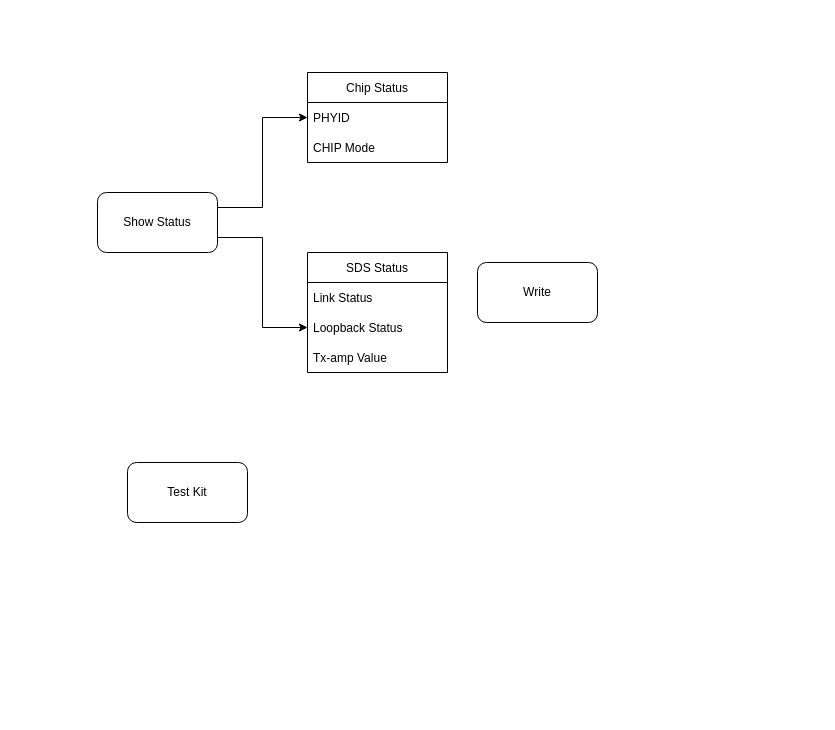
This is CHIP_TEST_GUI.drawio from WeiCheng0908/Stock_strategy_simulation, a draw.io file, before an edit. Source tidied: cells renumbered, new cells numbered last; positions are measured from the earlier drawing's top-left corner, leaving out a move shared by most shapes. Both pictures are drawn from the tidied source at 100%, with x=0, y=0 at pixel (97, 72).
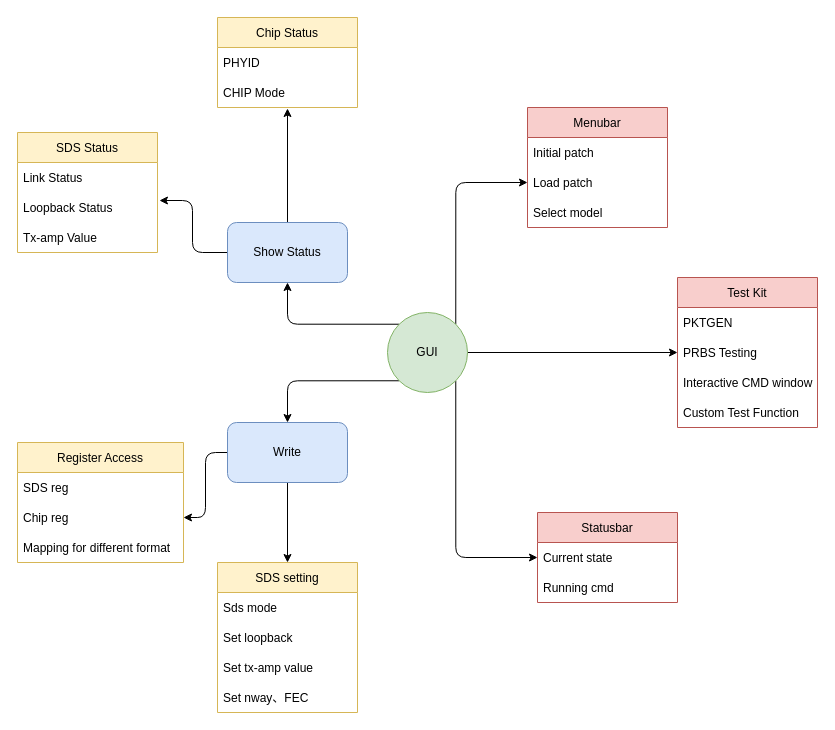
Above is the later version.

Unchanged cells that the change refers to:
```xml
<mxCell id="8" value="PHYID" style="text;strokeColor=none;fillColor=none;align=left;verticalAlign=middle;spacingLeft=4;spacingRight=4;overflow=hidden;points=[[0,0.5],[1,0.5]];portConstraint=eastwest;" parent="7" vertex="1">
  <mxGeometry y="30" width="140" height="30" as="geometry" />
</mxCell>
<mxCell id="9" value="CHIP Mode" style="text;strokeColor=none;fillColor=none;align=left;verticalAlign=middle;spacingLeft=4;spacingRight=4;overflow=hidden;points=[[0,0.5],[1,0.5]];portConstraint=eastwest;" parent="7" vertex="1">
  <mxGeometry y="60" width="140" height="30" as="geometry" />
</mxCell>
<mxCell id="12" value="Loopback Status" style="text;strokeColor=none;fillColor=none;align=left;verticalAlign=middle;spacingLeft=4;spacingRight=4;overflow=hidden;points=[[0,0.5],[1,0.5]];portConstraint=eastwest;" parent="10" vertex="1">
  <mxGeometry y="60" width="140" height="30" as="geometry" />
</mxCell>
```

Change to the diagram source:
```diff
@@
+    <mxCell id="14" style="edgeStyle=orthogonalEdgeStyle;rounded=1;jettySize=auto;html=1;exitX=0.5;exitY=0;exitDx=0;exitDy=0;entryX=0.5;entryY=1.033;entryDx=0;entryDy=0;entryPerimeter=0;" parent="1" edge="1" source="4" target="9">
+      <mxGeometry relative="1" as="geometry" />
+    </mxCell>
-    <mxCell id="2" style="edgeStyle=orthogonalEdgeStyle;rounded=0;jettySize=auto;html=1;exitX=1;exitY=0.75;exitDx=0;exitDy=0;entryX=0;entryY=0.5;entryDx=0;entryDy=0;" parent="1" edge="1" source="4" target="12">
+    <mxCell id="2" style="edgeStyle=orthogonalEdgeStyle;rounded=1;jettySize=auto;html=1;exitX=0;exitY=0.5;exitDx=0;exitDy=0;entryX=1.014;entryY=0.267;entryDx=0;entryDy=0;entryPerimeter=0;" parent="1" edge="1" source="4" target="12">
       <mxGeometry relative="1" as="geometry" />
     </mxCell>
-    <mxCell id="3" style="edgeStyle=orthogonalEdgeStyle;rounded=0;jettySize=auto;html=1;entryX=0;entryY=0.5;entryDx=0;entryDy=0;exitX=1;exitY=0.25;exitDx=0;exitDy=0;" parent="1" edge="1" source="4" target="8">
-      <mxGeometry relative="1" as="geometry" />
-    </mxCell>
-    <mxCell id="4" value="Show Status" style="rounded=1;whiteSpace=wrap;html=1;" parent="1" vertex="1">
-      <mxGeometry y="120" width="120" height="60" as="geometry" />
+    <mxCell id="4" value="Show Status" style="rounded=1;whiteSpace=wrap;html=1;fillColor=#dae8fc;strokeColor=#6c8ebf;" parent="1" vertex="1">
+      <mxGeometry x="130" y="150" width="120" height="60" as="geometry" />
     </mxCell>
+    <mxCell id="15" style="edgeStyle=orthogonalEdgeStyle;rounded=1;jettySize=auto;html=1;exitX=0;exitY=0.5;exitDx=0;exitDy=0;entryX=1;entryY=0.5;entryDx=0;entryDy=0;" parent="1" edge="1" source="5" target="36">
+      <mxGeometry relative="1" as="geometry" />
+    </mxCell>
+    <mxCell id="16" style="edgeStyle=orthogonalEdgeStyle;rounded=1;jettySize=auto;html=1;" parent="1" edge="1" source="5" target="38">
+      <mxGeometry relative="1" as="geometry" />
+    </mxCell>
-    <mxCell id="5" value="Write" style="rounded=1;whiteSpace=wrap;html=1;" parent="1" vertex="1">
-      <mxGeometry x="380" y="190" width="120" height="60" as="geometry" />
+    <mxCell id="5" value="Write" style="rounded=1;whiteSpace=wrap;html=1;fillColor=#dae8fc;strokeColor=#6c8ebf;" parent="1" vertex="1">
+      <mxGeometry x="130" y="350" width="120" height="60" as="geometry" />
     </mxCell>
-    <mxCell id="6" value="Test Kit" style="rounded=1;whiteSpace=wrap;html=1;" parent="1" vertex="1">
-      <mxGeometry x="30" y="390" width="120" height="60" as="geometry" />
-    </mxCell>
-    <mxCell id="7" value="Chip Status" style="swimlane;fontStyle=0;horizontal=1;startSize=30;" parent="1" vertex="1">
-      <mxGeometry x="210" width="140" height="90" as="geometry" />
+    <mxCell id="7" value="Chip Status" style="swimlane;fontStyle=0;horizontal=1;startSize=30;fillColor=#fff2cc;strokeColor=#d6b656;" parent="1" vertex="1">
+      <mxGeometry x="120" y="-55" width="140" height="90" as="geometry" />
     </mxCell>
@@
-    <mxCell id="10" value="SDS Status" style="swimlane;fontStyle=0;horizontal=1;startSize=30;" parent="1" vertex="1">
-      <mxGeometry x="210" y="180" width="140" height="120" as="geometry" />
+    <mxCell id="10" value="SDS Status" style="swimlane;fontStyle=0;horizontal=1;startSize=30;fillColor=#fff2cc;strokeColor=#d6b656;" parent="1" vertex="1">
+      <mxGeometry x="-80" y="60" width="140" height="120" as="geometry" />
     </mxCell>
@@
+    <mxCell id="6" value="Test Kit" style="swimlane;fontStyle=0;horizontal=1;startSize=30;fillColor=#f8cecc;strokeColor=#b85450;" parent="1" vertex="1">
+      <mxGeometry x="580" y="205" width="140" height="150" as="geometry" />
+    </mxCell>
+    <mxCell id="17" value="PKTGEN" style="text;strokeColor=none;fillColor=none;align=left;verticalAlign=middle;spacingLeft=4;spacingRight=4;overflow=hidden;" parent="6" vertex="1">
+      <mxGeometry y="30" width="140" height="30" as="geometry" />
+    </mxCell>
+    <mxCell id="18" value="PRBS Testing" style="text;strokeColor=none;fillColor=none;align=left;verticalAlign=middle;spacingLeft=4;spacingRight=4;overflow=hidden;points=[[0,0.5],[1,0.5]];portConstraint=eastwest;" parent="6" vertex="1">
+      <mxGeometry y="60" width="140" height="30" as="geometry" />
+    </mxCell>
+    <mxCell id="19" value="Interactive CMD window" style="text;strokeColor=none;fillColor=none;align=left;verticalAlign=middle;spacingLeft=4;spacingRight=4;overflow=hidden;" parent="6" vertex="1">
+      <mxGeometry y="90" width="140" height="30" as="geometry" />
+    </mxCell>
+    <mxCell id="20" value="Custom Test Function" style="text;strokeColor=none;fillColor=none;align=left;verticalAlign=middle;spacingLeft=4;spacingRight=4;overflow=hidden;" parent="6" vertex="1">
+      <mxGeometry y="120" width="140" height="30" as="geometry" />
+    </mxCell>
+    <mxCell id="21" value="Menubar" style="swimlane;fontStyle=0;horizontal=1;startSize=30;fillColor=#f8cecc;strokeColor=#b85450;" parent="1" vertex="1">
+      <mxGeometry x="430" y="35" width="140" height="120" as="geometry" />
+    </mxCell>
+    <mxCell id="22" value="Initial patch" style="text;strokeColor=none;fillColor=none;align=left;verticalAlign=middle;spacingLeft=4;spacingRight=4;overflow=hidden;" parent="21" vertex="1">
+      <mxGeometry y="30" width="140" height="30" as="geometry" />
+    </mxCell>
+    <mxCell id="23" value="Load patch" style="text;strokeColor=none;fillColor=none;align=left;verticalAlign=middle;spacingLeft=4;spacingRight=4;overflow=hidden;points=[[0,0.5],[1,0.5]];portConstraint=eastwest;" parent="21" vertex="1">
+      <mxGeometry y="60" width="140" height="30" as="geometry" />
+    </mxCell>
+    <mxCell id="24" value="Select model" style="text;strokeColor=none;fillColor=none;align=left;verticalAlign=middle;spacingLeft=4;spacingRight=4;overflow=hidden;" parent="21" vertex="1">
+      <mxGeometry y="90" width="140" height="30" as="geometry" />
+    </mxCell>
+    <mxCell id="25" style="edgeStyle=orthogonalEdgeStyle;rounded=1;jettySize=auto;html=1;exitX=0;exitY=0;exitDx=0;exitDy=0;" parent="1" edge="1" source="30">
+      <mxGeometry relative="1" as="geometry">
+        <mxPoint x="190" y="210" as="targetPoint" />
+        <Array as="points">
+          <mxPoint x="190" y="252" />
+        </Array>
+      </mxGeometry>
+    </mxCell>
+    <mxCell id="26" style="edgeStyle=orthogonalEdgeStyle;rounded=1;jettySize=auto;html=1;exitX=0;exitY=1;exitDx=0;exitDy=0;entryX=0.5;entryY=0;entryDx=0;entryDy=0;" parent="1" edge="1" source="30" target="5">
+      <mxGeometry relative="1" as="geometry">
+        <Array as="points">
+          <mxPoint x="190" y="308" />
+        </Array>
+      </mxGeometry>
+    </mxCell>
+    <mxCell id="27" style="edgeStyle=orthogonalEdgeStyle;rounded=1;jettySize=auto;html=1;exitX=1;exitY=0.5;exitDx=0;exitDy=0;entryX=0;entryY=0.5;entryDx=0;entryDy=0;" parent="1" edge="1" source="30" target="18">
+      <mxGeometry relative="1" as="geometry" />
+    </mxCell>
+    <mxCell id="28" style="edgeStyle=orthogonalEdgeStyle;rounded=1;jettySize=auto;html=1;exitX=1;exitY=0;exitDx=0;exitDy=0;entryX=0;entryY=0.5;entryDx=0;entryDy=0;" parent="1" edge="1" source="30" target="23">
+      <mxGeometry relative="1" as="geometry" />
+    </mxCell>
+    <mxCell id="29" style="edgeStyle=orthogonalEdgeStyle;rounded=1;jettySize=auto;html=1;exitX=1;exitY=1;exitDx=0;exitDy=0;entryX=0;entryY=0.5;entryDx=0;entryDy=0;" parent="1" edge="1" source="30" target="32">
+      <mxGeometry relative="1" as="geometry" />
+    </mxCell>
+    <mxCell id="30" value="GUI" style="ellipse;whiteSpace=wrap;html=1;fillColor=#d5e8d4;strokeColor=#82b366;" parent="1" vertex="1">
+      <mxGeometry x="290" y="240" width="80" height="80" as="geometry" />
+    </mxCell>
+    <mxCell id="31" value="Statusbar" style="swimlane;fontStyle=0;horizontal=1;startSize=30;fillColor=#f8cecc;strokeColor=#b85450;" parent="1" vertex="1">
+      <mxGeometry x="440" y="440" width="140" height="90" as="geometry" />
+    </mxCell>
+    <mxCell id="32" value="Current state" style="text;strokeColor=none;fillColor=none;align=left;verticalAlign=middle;spacingLeft=4;spacingRight=4;overflow=hidden;points=[[0,0.5],[1,0.5]];portConstraint=eastwest;" parent="31" vertex="1">
+      <mxGeometry y="30" width="140" height="30" as="geometry" />
+    </mxCell>
+    <mxCell id="33" value="Running cmd" style="text;strokeColor=none;fillColor=none;align=left;verticalAlign=middle;spacingLeft=4;spacingRight=4;overflow=hidden;" parent="31" vertex="1">
+      <mxGeometry y="60" width="140" height="30" as="geometry" />
+    </mxCell>
+    <mxCell id="34" value="Register Access" style="swimlane;fontStyle=0;horizontal=1;startSize=30;fillColor=#fff2cc;strokeColor=#d6b656;" parent="1" vertex="1">
+      <mxGeometry x="-80" y="370" width="166" height="120" as="geometry" />
+    </mxCell>
+    <mxCell id="35" value="SDS reg" style="text;strokeColor=none;fillColor=none;align=left;verticalAlign=middle;spacingLeft=4;spacingRight=4;overflow=hidden;" parent="34" vertex="1">
+      <mxGeometry y="30" width="166" height="30" as="geometry" />
+    </mxCell>
+    <mxCell id="36" value="Chip reg " style="text;strokeColor=none;fillColor=none;align=left;verticalAlign=middle;spacingLeft=4;spacingRight=4;overflow=hidden;points=[[0,0.5],[1,0.5]];portConstraint=eastwest;" parent="34" vertex="1">
+      <mxGeometry y="60" width="166" height="30" as="geometry" />
+    </mxCell>
+    <mxCell id="37" value="Mapping for different format" style="text;strokeColor=none;fillColor=none;align=left;verticalAlign=middle;spacingLeft=4;spacingRight=4;overflow=hidden;" parent="34" vertex="1">
+      <mxGeometry y="90" width="166" height="30" as="geometry" />
+    </mxCell>
+    <mxCell id="38" value="SDS setting" style="swimlane;fontStyle=0;horizontal=1;startSize=30;fillColor=#fff2cc;strokeColor=#d6b656;" parent="1" vertex="1">
+      <mxGeometry x="120" y="490" width="140" height="150" as="geometry" />
+    </mxCell>
+    <mxCell id="39" value="Sds mode" style="text;strokeColor=none;fillColor=none;align=left;verticalAlign=middle;spacingLeft=4;spacingRight=4;overflow=hidden;" parent="38" vertex="1">
+      <mxGeometry y="30" width="140" height="30" as="geometry" />
+    </mxCell>
+    <mxCell id="40" value="Set loopback" style="text;strokeColor=none;fillColor=none;align=left;verticalAlign=middle;spacingLeft=4;spacingRight=4;overflow=hidden;" parent="38" vertex="1">
+      <mxGeometry y="60" width="140" height="30" as="geometry" />
+    </mxCell>
+    <mxCell id="41" value="Set tx-amp value" style="text;strokeColor=none;fillColor=none;align=left;verticalAlign=middle;spacingLeft=4;spacingRight=4;overflow=hidden;" parent="38" vertex="1">
+      <mxGeometry y="90" width="140" height="30" as="geometry" />
+    </mxCell>
+    <mxCell id="42" value="Set nway、FEC" style="text;strokeColor=none;fillColor=none;align=left;verticalAlign=middle;spacingLeft=4;spacingRight=4;overflow=hidden;" parent="38" vertex="1">
+      <mxGeometry y="120" width="140" height="30" as="geometry" />
+    </mxCell>
```
